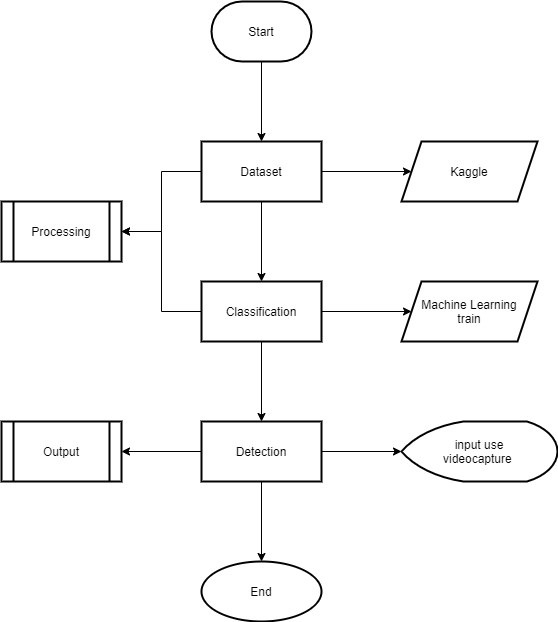
The draw.io diagram PlanProj.drawio.png in billowdev/lab-fruit-classification-simple-model, before a commit. Source tidied: cells renumbered, new cells last; positions are measured from the earlier drawing's top-left corner, leaving out a move shared by most shapes.
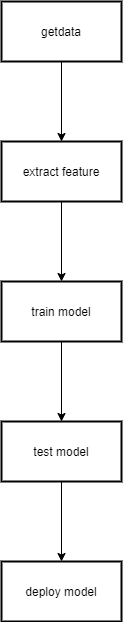
Later version of the same file.

Diff of the diagram source:
```diff
@@ -2,65 +2,37 @@
   <root>
     <mxCell id="0" />
     <mxCell id="1" parent="0" />
-    <mxCell id="2" style="edgeStyle=orthogonalEdgeStyle;rounded=0;jettySize=auto;html=1;" parent="1" edge="1" source="3" target="7">
-      <mxGeometry relative="1" as="geometry" />
-    </mxCell>
-    <mxCell id="3" value="Start" style="strokeWidth=2;html=1;shape=mxgraph.flowchart.terminator;whiteSpace=wrap;" parent="1" vertex="1">
-      <mxGeometry x="210" width="100" height="60" as="geometry" />
-    </mxCell>
     <mxCell id="4" style="edgeStyle=orthogonalEdgeStyle;rounded=0;jettySize=auto;html=1;" parent="1" edge="1" source="7" target="11">
       <mxGeometry relative="1" as="geometry" />
     </mxCell>
-    <mxCell id="5" style="edgeStyle=orthogonalEdgeStyle;rounded=0;jettySize=auto;html=1;" parent="1" edge="1" source="7" target="18">
-      <mxGeometry relative="1" as="geometry" />
-    </mxCell>
-    <mxCell id="6" style="edgeStyle=orthogonalEdgeStyle;rounded=0;jettySize=auto;html=1;entryX=1;entryY=0.5;entryDx=0;entryDy=0;" parent="1" edge="1" source="7" target="19">
-      <mxGeometry relative="1" as="geometry" />
-    </mxCell>
-    <mxCell id="7" value="Dataset" style="whiteSpace=wrap;html=1;strokeWidth=2;" parent="1" vertex="1">
+    <mxCell id="7" value="getdata" style="whiteSpace=wrap;html=1;strokeWidth=2;" parent="1" vertex="1">
       <mxGeometry x="200" y="140" width="120" height="60" as="geometry" />
     </mxCell>
     <mxCell id="8" style="edgeStyle=orthogonalEdgeStyle;rounded=0;jettySize=auto;html=1;" parent="1" edge="1" source="11" target="15">
       <mxGeometry relative="1" as="geometry" />
     </mxCell>
-    <mxCell id="9" style="edgeStyle=orthogonalEdgeStyle;rounded=0;jettySize=auto;html=1;" parent="1" edge="1" source="11" target="17">
-      <mxGeometry relative="1" as="geometry" />
-    </mxCell>
-    <mxCell id="10" style="edgeStyle=orthogonalEdgeStyle;rounded=0;jettySize=auto;html=1;entryX=1;entryY=0.5;entryDx=0;entryDy=0;" parent="1" edge="1" source="11" target="19">
-      <mxGeometry relative="1" as="geometry" />
-    </mxCell>
-    <mxCell id="11" value="Classification" style="whiteSpace=wrap;html=1;strokeWidth=2;" parent="1" vertex="1">
+    <mxCell id="11" value="extract feature" style="whiteSpace=wrap;html=1;strokeWidth=2;" parent="1" vertex="1">
       <mxGeometry x="200" y="280" width="120" height="60" as="geometry" />
     </mxCell>
-    <mxCell id="12" style="edgeStyle=orthogonalEdgeStyle;rounded=0;jettySize=auto;html=1;" parent="1" edge="1" source="15" target="16">
-      <mxGeometry relative="1" as="geometry" />
+    <mxCell id="12" style="edgeStyle=orthogonalEdgeStyle;rounded=0;jettySize=auto;html=1;" parent="1" edge="1" source="15">
+      <mxGeometry relative="1" as="geometry">
+        <mxPoint x="260" y="560" as="targetPoint" />
+      </mxGeometry>
     </mxCell>
-    <mxCell id="13" style="edgeStyle=orthogonalEdgeStyle;rounded=0;jettySize=auto;html=1;" parent="1" edge="1" source="15" target="20">
-      <mxGeometry relative="1" as="geometry" />
-    </mxCell>
-    <mxCell id="14" style="edgeStyle=orthogonalEdgeStyle;rounded=0;jettySize=auto;html=1;" parent="1" edge="1" source="15" target="21">
-      <mxGeometry relative="1" as="geometry" />
-    </mxCell>
-    <mxCell id="15" value="Detection" style="whiteSpace=wrap;html=1;strokeWidth=2;" parent="1" vertex="1">
+    <mxCell id="15" value="train model" style="whiteSpace=wrap;html=1;strokeWidth=2;" parent="1" vertex="1">
       <mxGeometry x="200" y="420" width="120" height="60" as="geometry" />
     </mxCell>
-    <mxCell id="16" value="End" style="ellipse;whiteSpace=wrap;html=1;strokeWidth=2;" parent="1" vertex="1">
-      <mxGeometry x="200" y="560" width="120" height="60" as="geometry" />
-    </mxCell>
-    <mxCell id="17" value="Machine Learning&lt;br&gt;train" style="shape=parallelogram;perimeter=parallelogramPerimeter;whiteSpace=wrap;html=1;fixedSize=1;strokeWidth=2;" parent="1" vertex="1">
-      <mxGeometry x="400" y="280" width="136" height="60" as="geometry" />
-    </mxCell>
-    <mxCell id="18" value="Kaggle" style="shape=parallelogram;perimeter=parallelogramPerimeter;whiteSpace=wrap;html=1;fixedSize=1;strokeWidth=2;" parent="1" vertex="1">
-      <mxGeometry x="400" y="140" width="136" height="60" as="geometry" />
-    </mxCell>
-    <mxCell id="19" value="Processing" style="shape=process;whiteSpace=wrap;html=1;backgroundOutline=1;strokeWidth=2;" parent="1" vertex="1">
-      <mxGeometry y="200" width="120" height="60" as="geometry" />
-    </mxCell>
-    <mxCell id="20" value="Output" style="shape=process;whiteSpace=wrap;html=1;backgroundOutline=1;strokeWidth=2;" parent="1" vertex="1">
-      <mxGeometry y="420" width="120" height="60" as="geometry" />
-    </mxCell>
-    <mxCell id="21" value="input use&lt;br&gt;videocapture&amp;nbsp;" style="strokeWidth=2;html=1;shape=mxgraph.flowchart.display;whiteSpace=wrap;" parent="1" vertex="1">
-      <mxGeometry x="400" y="420" width="156" height="60" as="geometry" />
-    </mxCell>
+    <mxCell id="22" value="test model" style="whiteSpace=wrap;html=1;strokeWidth=2;" parent="1" vertex="1">
+      <mxGeometry x="200" y="560" width="120" height="60" as="geometry" />
+    </mxCell>
+    <mxCell id="23" style="edgeStyle=orthogonalEdgeStyle;rounded=0;orthogonalLoop=1;jettySize=auto;html=1;" parent="1" edge="1">
+      <mxGeometry relative="1" as="geometry">
+        <mxPoint x="260" y="620" as="sourcePoint" />
+        <mxPoint x="260" y="700" as="targetPoint" />
+      </mxGeometry>
+    </mxCell>
+    <mxCell id="24" value="deploy model" style="whiteSpace=wrap;html=1;strokeWidth=2;" parent="1" vertex="1">
+      <mxGeometry x="200" y="700" width="120" height="60" as="geometry" />
+    </mxCell>
   </root>
 </mxGraphModel>
```
